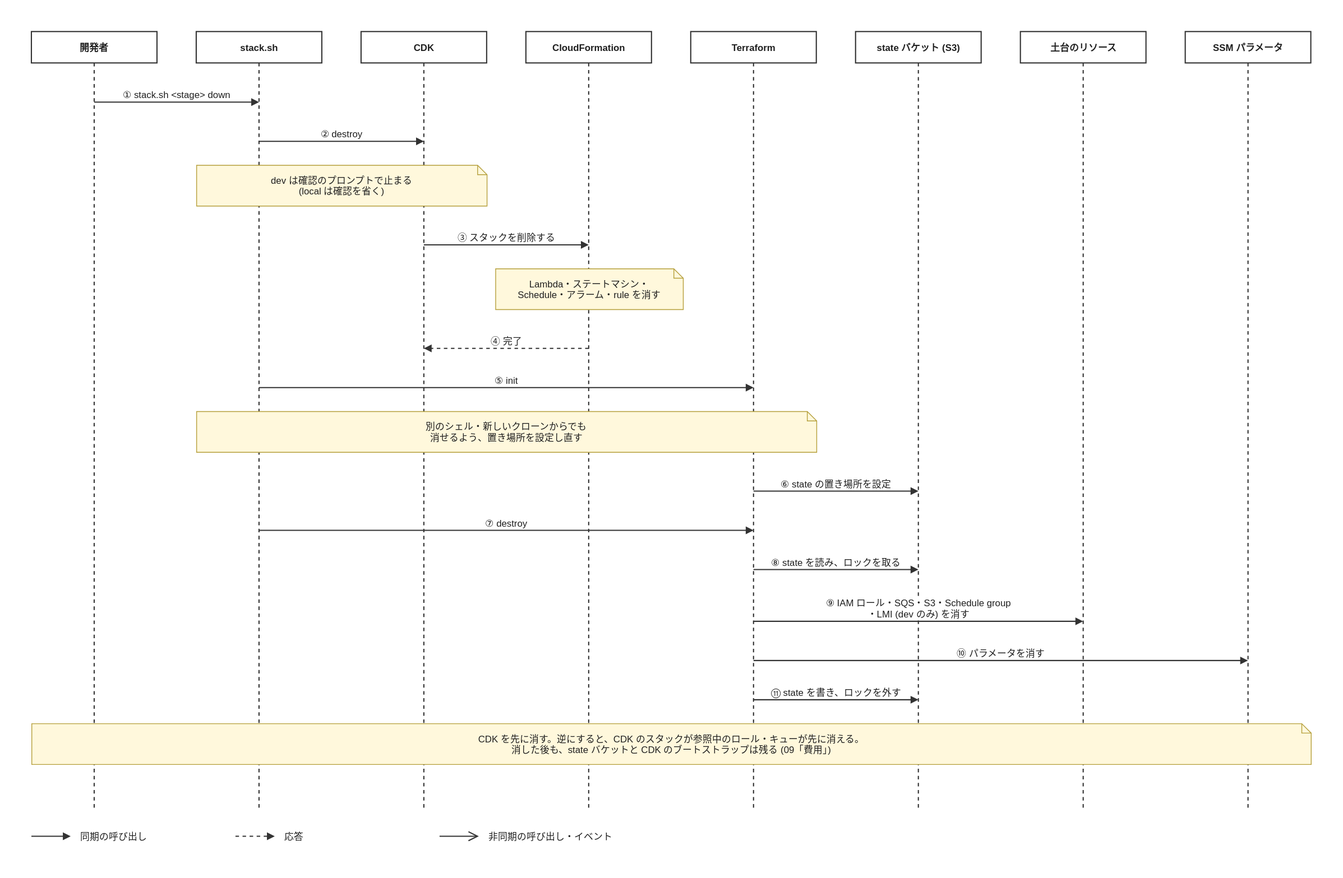
The draw.io diagram docs/images/sequences/deploy-down.drawio.svg in kojikawazu/serverless-practice-app, before a commit. Source tidied: cells renumbered, new cells last; positions are measured from the earlier drawing's top-left corner, leaving out a move shared by most shapes. Source of this version:
```xml
<mxGraphModel background="#FFFFFF">
  <root>
    <mxCell id="0" />
    <mxCell id="1" parent="0" />
    <mxCell id="2" style="rounded=0;html=0;fillColor=none;strokeColor=none;" parent="1" vertex="1">
      <mxGeometry width="1710" height="1118" as="geometry" />
    </mxCell>
    <mxCell id="3" value="開発者" style="shape=umlLifeline;perimeter=lifelinePerimeter;outlineConnect=0;portConstraint=eastwest;html=0;size=40;fillColor=#FFFFFF;strokeColor=#333333;strokeWidth=1.5;fontSize=12;fontColor=#1F1F1F;fontStyle=1;" parent="1" vertex="1">
      <mxGeometry x="40" y="40" width="160" height="994" as="geometry" />
    </mxCell>
    <mxCell id="4" value="stack.sh" style="shape=umlLifeline;perimeter=lifelinePerimeter;outlineConnect=0;portConstraint=eastwest;html=0;size=40;fillColor=#FFFFFF;strokeColor=#333333;strokeWidth=1.5;fontSize=12;fontColor=#1F1F1F;fontStyle=1;" parent="1" vertex="1">
      <mxGeometry x="250" y="40" width="160" height="994" as="geometry" />
    </mxCell>
    <mxCell id="5" value="CDK" style="shape=umlLifeline;perimeter=lifelinePerimeter;outlineConnect=0;portConstraint=eastwest;html=0;size=40;fillColor=#FFFFFF;strokeColor=#333333;strokeWidth=1.5;fontSize=12;fontColor=#1F1F1F;fontStyle=1;" parent="1" vertex="1">
      <mxGeometry x="460" y="40" width="160" height="994" as="geometry" />
    </mxCell>
    <mxCell id="6" value="CloudFormation" style="shape=umlLifeline;perimeter=lifelinePerimeter;outlineConnect=0;portConstraint=eastwest;html=0;size=40;fillColor=#FFFFFF;strokeColor=#333333;strokeWidth=1.5;fontSize=12;fontColor=#1F1F1F;fontStyle=1;" parent="1" vertex="1">
      <mxGeometry x="670" y="40" width="160" height="994" as="geometry" />
    </mxCell>
    <mxCell id="7" value="Terraform" style="shape=umlLifeline;perimeter=lifelinePerimeter;outlineConnect=0;portConstraint=eastwest;html=0;size=40;fillColor=#FFFFFF;strokeColor=#333333;strokeWidth=1.5;fontSize=12;fontColor=#1F1F1F;fontStyle=1;" parent="1" vertex="1">
      <mxGeometry x="880" y="40" width="160" height="994" as="geometry" />
    </mxCell>
    <mxCell id="8" value="state バケット (S3)" style="shape=umlLifeline;perimeter=lifelinePerimeter;outlineConnect=0;portConstraint=eastwest;html=0;size=40;fillColor=#FFFFFF;strokeColor=#333333;strokeWidth=1.5;fontSize=12;fontColor=#1F1F1F;fontStyle=1;" parent="1" vertex="1">
      <mxGeometry x="1090" y="40" width="160" height="994" as="geometry" />
    </mxCell>
    <mxCell id="9" value="土台のリソース" style="shape=umlLifeline;perimeter=lifelinePerimeter;outlineConnect=0;portConstraint=eastwest;html=0;size=40;fillColor=#FFFFFF;strokeColor=#333333;strokeWidth=1.5;fontSize=12;fontColor=#1F1F1F;fontStyle=1;" parent="1" vertex="1">
      <mxGeometry x="1300" y="40" width="160" height="994" as="geometry" />
    </mxCell>
    <mxCell id="10" value="SSM パラメータ" style="shape=umlLifeline;perimeter=lifelinePerimeter;outlineConnect=0;portConstraint=eastwest;html=0;size=40;fillColor=#FFFFFF;strokeColor=#333333;strokeWidth=1.5;fontSize=12;fontColor=#1F1F1F;fontStyle=1;" parent="1" vertex="1">
      <mxGeometry x="1510" y="40" width="160" height="994" as="geometry" />
    </mxCell>
    <mxCell id="11" value="① stack.sh &lt;stage&gt; down" style="html=0;rounded=0;strokeColor=#333333;strokeWidth=1.5;fontSize=12;fontColor=#1F1F1F;verticalAlign=bottom;labelBackgroundColor=#FFFFFF;endArrow=block;endFill=1;exitX=0.5;exitY=0.0905;exitPerimeter=0;entryX=0.5;entryY=0.0905;entryPerimeter=0;" parent="1" edge="1" source="3" target="4">
      <mxGeometry relative="1" as="geometry" />
    </mxCell>
    <mxCell id="12" value="② destroy" style="html=0;rounded=0;strokeColor=#333333;strokeWidth=1.5;fontSize=12;fontColor=#1F1F1F;verticalAlign=bottom;labelBackgroundColor=#FFFFFF;endArrow=block;endFill=1;exitX=0.5;exitY=0.1408;exitPerimeter=0;entryX=0.5;entryY=0.1408;entryPerimeter=0;" parent="1" edge="1" source="4" target="5">
      <mxGeometry relative="1" as="geometry" />
    </mxCell>
    <mxCell id="13" value="dev は確認のプロンプトで止まる&#10;(local は確認を省く)" style="shape=note;size=12;html=0;fillColor=#FFF8DC;strokeColor=#B59F3B;strokeWidth=1;fontSize=12;fontColor=#1F1F1F;align=center;verticalAlign=middle;spacingLeft=8;spacingRight=8;" parent="1" vertex="1">
      <mxGeometry x="250" y="210" width="370" height="52" as="geometry" />
    </mxCell>
    <mxCell id="14" value="③ スタックを削除する" style="html=0;rounded=0;strokeColor=#333333;strokeWidth=1.5;fontSize=12;fontColor=#1F1F1F;verticalAlign=bottom;labelBackgroundColor=#FFFFFF;endArrow=block;endFill=1;exitX=0.5;exitY=0.2736;exitPerimeter=0;entryX=0.5;entryY=0.2736;entryPerimeter=0;" parent="1" edge="1" source="5" target="6">
      <mxGeometry relative="1" as="geometry" />
    </mxCell>
    <mxCell id="15" value="Lambda・ステートマシン・&#10;Schedule・アラーム・rule を消す" style="shape=note;size=12;html=0;fillColor=#FFF8DC;strokeColor=#B59F3B;strokeWidth=1;fontSize=12;fontColor=#1F1F1F;align=center;verticalAlign=middle;spacingLeft=8;spacingRight=8;" parent="1" vertex="1">
      <mxGeometry x="631" y="342" width="239" height="52" as="geometry" />
    </mxCell>
    <mxCell id="16" value="④ 完了" style="html=0;rounded=0;strokeColor=#333333;strokeWidth=1.5;fontSize=12;fontColor=#1F1F1F;verticalAlign=bottom;labelBackgroundColor=#FFFFFF;endArrow=block;endFill=1;dashed=1;exitX=0.5;exitY=0.4064;exitPerimeter=0;entryX=0.5;entryY=0.4064;entryPerimeter=0;" parent="1" edge="1" source="6" target="5">
      <mxGeometry relative="1" as="geometry" />
    </mxCell>
    <mxCell id="17" value="⑤ init" style="html=0;rounded=0;strokeColor=#333333;strokeWidth=1.5;fontSize=12;fontColor=#1F1F1F;verticalAlign=bottom;labelBackgroundColor=#FFFFFF;endArrow=block;endFill=1;exitX=0.5;exitY=0.4567;exitPerimeter=0;entryX=0.5;entryY=0.4567;entryPerimeter=0;" parent="1" edge="1" source="4" target="7">
      <mxGeometry relative="1" as="geometry" />
    </mxCell>
    <mxCell id="18" value="別のシェル・新しいクローンからでも&#10;消せるよう、置き場所を設定し直す" style="shape=note;size=12;html=0;fillColor=#FFF8DC;strokeColor=#B59F3B;strokeWidth=1;fontSize=12;fontColor=#1F1F1F;align=center;verticalAlign=middle;spacingLeft=8;spacingRight=8;" parent="1" vertex="1">
      <mxGeometry x="250" y="524" width="790" height="52" as="geometry" />
    </mxCell>
    <mxCell id="19" value="⑥ state の置き場所を設定" style="html=0;rounded=0;strokeColor=#333333;strokeWidth=1.5;fontSize=12;fontColor=#1F1F1F;verticalAlign=bottom;labelBackgroundColor=#FFFFFF;endArrow=block;endFill=1;exitX=0.5;exitY=0.5895;exitPerimeter=0;entryX=0.5;entryY=0.5895;entryPerimeter=0;" parent="1" edge="1" source="7" target="8">
      <mxGeometry relative="1" as="geometry" />
    </mxCell>
    <mxCell id="20" value="⑦ destroy" style="html=0;rounded=0;strokeColor=#333333;strokeWidth=1.5;fontSize=12;fontColor=#1F1F1F;verticalAlign=bottom;labelBackgroundColor=#FFFFFF;endArrow=block;endFill=1;exitX=0.5;exitY=0.6398;exitPerimeter=0;entryX=0.5;entryY=0.6398;entryPerimeter=0;" parent="1" edge="1" source="4" target="7">
      <mxGeometry relative="1" as="geometry" />
    </mxCell>
    <mxCell id="21" value="⑧ state を読み、ロックを取る" style="html=0;rounded=0;strokeColor=#333333;strokeWidth=1.5;fontSize=12;fontColor=#1F1F1F;verticalAlign=bottom;labelBackgroundColor=#FFFFFF;endArrow=block;endFill=1;exitX=0.5;exitY=0.6901;exitPerimeter=0;entryX=0.5;entryY=0.6901;entryPerimeter=0;" parent="1" edge="1" source="7" target="8">
      <mxGeometry relative="1" as="geometry" />
    </mxCell>
    <mxCell id="22" value="⑨ IAM ロール・SQS・S3・Schedule group&#10;・LMI (dev のみ) を消す" style="html=0;rounded=0;strokeColor=#333333;strokeWidth=1.5;fontSize=12;fontColor=#1F1F1F;verticalAlign=bottom;labelBackgroundColor=#FFFFFF;endArrow=block;endFill=1;exitX=0.5;exitY=0.7565;exitPerimeter=0;entryX=0.5;entryY=0.7565;entryPerimeter=0;" parent="1" edge="1" source="7" target="9">
      <mxGeometry relative="1" as="geometry" />
    </mxCell>
    <mxCell id="23" value="⑩ パラメータを消す" style="html=0;rounded=0;strokeColor=#333333;strokeWidth=1.5;fontSize=12;fontColor=#1F1F1F;verticalAlign=bottom;labelBackgroundColor=#FFFFFF;endArrow=block;endFill=1;exitX=0.5;exitY=0.8068;exitPerimeter=0;entryX=0.5;entryY=0.8068;entryPerimeter=0;" parent="1" edge="1" source="7" target="10">
      <mxGeometry relative="1" as="geometry" />
    </mxCell>
    <mxCell id="24" value="⑪ state を書き、ロックを外す" style="html=0;rounded=0;strokeColor=#333333;strokeWidth=1.5;fontSize=12;fontColor=#1F1F1F;verticalAlign=bottom;labelBackgroundColor=#FFFFFF;endArrow=block;endFill=1;exitX=0.5;exitY=0.8571;exitPerimeter=0;entryX=0.5;entryY=0.8571;entryPerimeter=0;" parent="1" edge="1" source="7" target="8">
      <mxGeometry relative="1" as="geometry" />
    </mxCell>
    <mxCell id="25" value="CDK を先に消す。逆にすると、CDK のスタックが参照中のロール・キューが先に消える。&#10;消した後も、state バケットと CDK のブートストラップは残る (09「費用」)" style="shape=note;size=12;html=0;fillColor=#FFF8DC;strokeColor=#B59F3B;strokeWidth=1;fontSize=12;fontColor=#1F1F1F;align=center;verticalAlign=middle;spacingLeft=8;spacingRight=8;" parent="1" vertex="1">
      <mxGeometry x="40" y="922" width="1630" height="52" as="geometry" />
    </mxCell>
    <mxCell id="26" style="html=0;rounded=0;strokeColor=#333333;strokeWidth=1.5;fontSize=12;fontColor=#1F1F1F;verticalAlign=bottom;labelBackgroundColor=#FFFFFF;endArrow=block;endFill=1;" parent="1" edge="1">
      <mxGeometry relative="1" as="geometry">
        <mxPoint x="40" y="1066" as="sourcePoint" />
        <mxPoint x="90" y="1066" as="targetPoint" />
      </mxGeometry>
    </mxCell>
    <mxCell id="27" value="同期の呼び出し" style="text;html=0;align=left;verticalAlign=middle;fontSize=12;fontColor=#1F1F1F;" parent="1" vertex="1">
      <mxGeometry x="100" y="1054" width="190" height="24" as="geometry" />
    </mxCell>
    <mxCell id="28" style="html=0;rounded=0;strokeColor=#333333;strokeWidth=1.5;fontSize=12;fontColor=#1F1F1F;verticalAlign=bottom;labelBackgroundColor=#FFFFFF;endArrow=block;endFill=1;dashed=1;" parent="1" edge="1">
      <mxGeometry relative="1" as="geometry">
        <mxPoint x="300" y="1066" as="sourcePoint" />
        <mxPoint x="350" y="1066" as="targetPoint" />
      </mxGeometry>
    </mxCell>
    <mxCell id="29" value="応答" style="text;html=0;align=left;verticalAlign=middle;fontSize=12;fontColor=#1F1F1F;" parent="1" vertex="1">
      <mxGeometry x="360" y="1054" width="190" height="24" as="geometry" />
    </mxCell>
    <mxCell id="30" style="html=0;rounded=0;strokeColor=#333333;strokeWidth=1.5;fontSize=12;fontColor=#1F1F1F;verticalAlign=bottom;labelBackgroundColor=#FFFFFF;endArrow=open;endFill=0;endSize=10;" parent="1" edge="1">
      <mxGeometry relative="1" as="geometry">
        <mxPoint x="560" y="1066" as="sourcePoint" />
        <mxPoint x="610" y="1066" as="targetPoint" />
      </mxGeometry>
    </mxCell>
    <mxCell id="31" value="非同期の呼び出し・イベント" style="text;html=0;align=left;verticalAlign=middle;fontSize=12;fontColor=#1F1F1F;" parent="1" vertex="1">
      <mxGeometry x="620" y="1054" width="190" height="24" as="geometry" />
    </mxCell>
  </root>
</mxGraphModel>
```
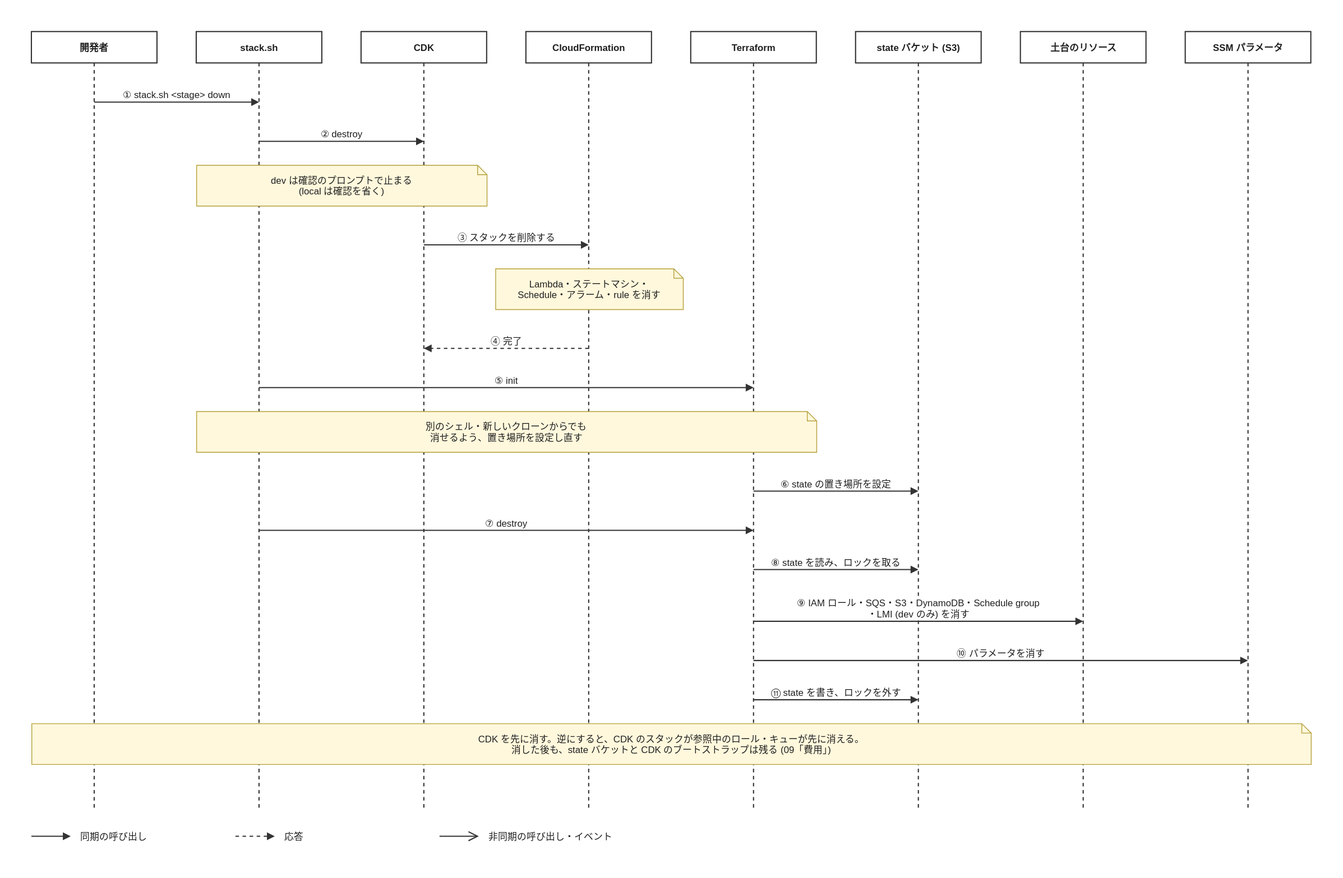
The same diagram one commit later.

The edit, as a diff of the source:
```diff
@@ -62,7 +62,7 @@
     <mxCell id="21" value="⑧ state を読み、ロックを取る" style="html=0;rounded=0;strokeColor=#333333;strokeWidth=1.5;fontSize=12;fontColor=#1F1F1F;verticalAlign=bottom;labelBackgroundColor=#FFFFFF;endArrow=block;endFill=1;exitX=0.5;exitY=0.6901;exitPerimeter=0;entryX=0.5;entryY=0.6901;entryPerimeter=0;" parent="1" edge="1" source="7" target="8">
       <mxGeometry relative="1" as="geometry" />
     </mxCell>
-    <mxCell id="22" value="⑨ IAM ロール・SQS・S3・Schedule group&#10;・LMI (dev のみ) を消す" style="html=0;rounded=0;strokeColor=#333333;strokeWidth=1.5;fontSize=12;fontColor=#1F1F1F;verticalAlign=bottom;labelBackgroundColor=#FFFFFF;endArrow=block;endFill=1;exitX=0.5;exitY=0.7565;exitPerimeter=0;entryX=0.5;entryY=0.7565;entryPerimeter=0;" parent="1" edge="1" source="7" target="9">
+    <mxCell id="22" value="⑨ IAM ロール・SQS・S3・DynamoDB・Schedule group&#10;・LMI (dev のみ) を消す" style="html=0;rounded=0;strokeColor=#333333;strokeWidth=1.5;fontSize=12;fontColor=#1F1F1F;verticalAlign=bottom;labelBackgroundColor=#FFFFFF;endArrow=block;endFill=1;exitX=0.5;exitY=0.7565;exitPerimeter=0;entryX=0.5;entryY=0.7565;entryPerimeter=0;" parent="1" edge="1" source="7" target="9">
       <mxGeometry relative="1" as="geometry" />
     </mxCell>
     <mxCell id="23" value="⑩ パラメータを消す" style="html=0;rounded=0;strokeColor=#333333;strokeWidth=1.5;fontSize=12;fontColor=#1F1F1F;verticalAlign=bottom;labelBackgroundColor=#FFFFFF;endArrow=block;endFill=1;exitX=0.5;exitY=0.8068;exitPerimeter=0;entryX=0.5;entryY=0.8068;entryPerimeter=0;" parent="1" edge="1" source="7" target="10">
```
